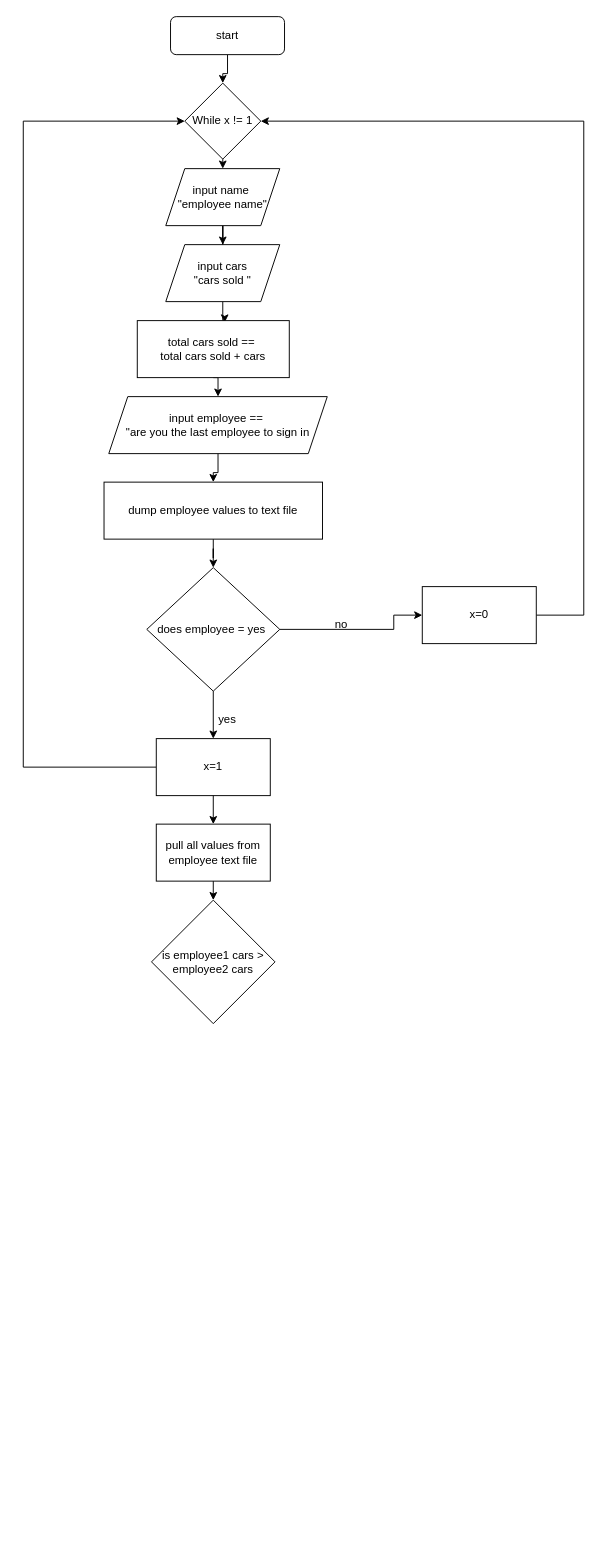
The draw.io diagram Diagram.drawio in equipter/CSKP, before the edit. Source tidied: cells renumbered, new cells numbered last; positions are measured from the earlier drawing's top-left corner, leaving out a move shared by most shapes. Both pictures are drawn from the tidied source at 95%, with x=0, y=0 at pixel (23, 16).
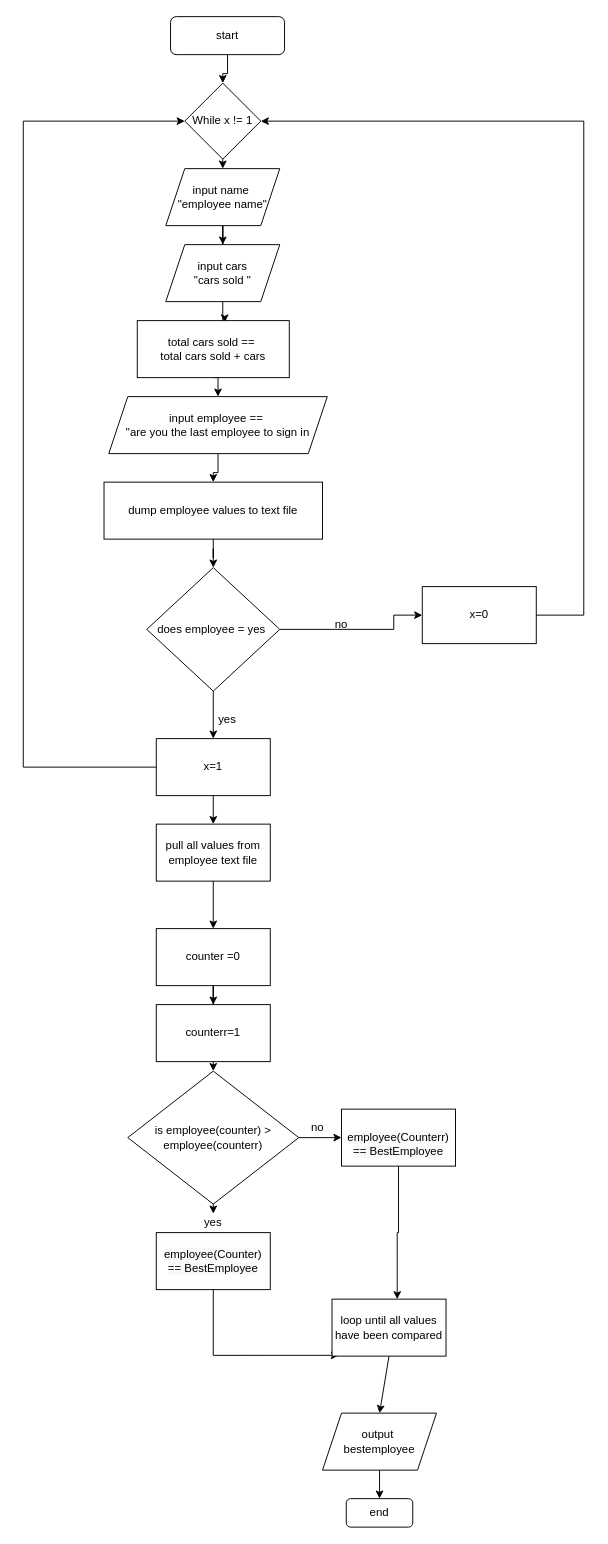
Above is the later version.

The change refers to these unchanged cells:
```xml
<mxCell id="25" value="pull all values from employee text file" style="rounded=0;whiteSpace=wrap;html=1;" parent="1" vertex="1">
  <mxGeometry x="140" y="850" width="120" height="60" as="geometry" />
</mxCell>
```

Diff of the diagram source:
```diff
@@
+    <mxCell id="29" style="edgeStyle=orthogonalEdgeStyle;rounded=0;jettySize=auto;html=1;entryX=0.5;entryY=0;entryDx=0;entryDy=0;" parent="1" edge="1" source="25" target="31">
+      <mxGeometry relative="1" as="geometry" />
+    </mxCell>
@@
-    <mxCell id="27" value="is employee1 cars &amp;gt; employee2 cars" style="rhombus;whiteSpace=wrap;html=1;" parent="1" vertex="1">
-      <mxGeometry x="135" y="930" width="130" height="130" as="geometry" />
-    </mxCell>
-    <mxCell id="28" style="endArrow=classic;html=1;" parent="1" edge="1" target="27">
-      <mxGeometry relative="1" as="geometry">
-        <mxPoint x="200" y="910" as="sourcePoint" />
-      </mxGeometry>
-    </mxCell>
+    <mxCell id="30" style="edgeStyle=orthogonalEdgeStyle;rounded=0;jettySize=auto;html=1;entryX=0.5;entryY=0;entryDx=0;entryDy=0;" parent="1" edge="1" source="31" target="33">
+      <mxGeometry relative="1" as="geometry" />
+    </mxCell>
+    <mxCell id="31" value="counter =0" style="rounded=0;whiteSpace=wrap;html=1;" parent="1" vertex="1">
+      <mxGeometry x="140" y="960" width="120" height="60" as="geometry" />
+    </mxCell>
+    <mxCell id="32" style="edgeStyle=orthogonalEdgeStyle;rounded=0;jettySize=auto;html=1;exitX=0.5;exitY=1;exitDx=0;exitDy=0;entryX=0.5;entryY=0;entryDx=0;entryDy=0;" parent="1" edge="1" source="33" target="36">
+      <mxGeometry relative="1" as="geometry" />
+    </mxCell>
+    <mxCell id="33" value="counterr=1" style="rounded=0;whiteSpace=wrap;html=1;" parent="1" vertex="1">
+      <mxGeometry x="140" y="1040" width="120" height="60" as="geometry" />
+    </mxCell>
+    <mxCell id="34" style="edgeStyle=orthogonalEdgeStyle;rounded=0;jettySize=auto;html=1;entryX=0;entryY=0.5;entryDx=0;entryDy=0;" parent="1" edge="1" source="36" target="40">
+      <mxGeometry relative="1" as="geometry" />
+    </mxCell>
+    <mxCell id="35" style="edgeStyle=orthogonalEdgeStyle;rounded=0;jettySize=auto;html=1;exitX=0.5;exitY=1;exitDx=0;exitDy=0;entryX=0.5;entryY=0;entryDx=0;entryDy=0;" parent="1" edge="1" source="42" target="38">
+      <mxGeometry relative="1" as="geometry" />
+    </mxCell>
+    <mxCell id="36" value="is employee(counter) &amp;gt; employee(counterr)" style="rhombus;whiteSpace=wrap;html=1;" parent="1" vertex="1">
+      <mxGeometry x="110" y="1110" width="180" height="140" as="geometry" />
+    </mxCell>
+    <mxCell id="37" style="edgeStyle=orthogonalEdgeStyle;rounded=0;jettySize=auto;html=1;entryX=0.061;entryY=0.986;entryDx=0;entryDy=0;entryPerimeter=0;" parent="1" edge="1" source="38" target="44">
+      <mxGeometry relative="1" as="geometry">
+        <Array as="points">
+          <mxPoint x="200" y="1409" />
+        </Array>
+      </mxGeometry>
+    </mxCell>
+    <mxCell id="38" value="&#10;&#10;&lt;span style=&quot;color: rgb(0, 0, 0); font-family: helvetica; font-size: 12px; font-style: normal; font-weight: 400; letter-spacing: normal; text-align: center; text-indent: 0px; text-transform: none; word-spacing: 0px; background-color: rgb(248, 249, 250); display: inline; float: none;&quot;&gt;employee(Counter) == BestEmployee&lt;/span&gt;&#10;&#10;" style="rounded=0;whiteSpace=wrap;html=1;" parent="1" vertex="1">
+      <mxGeometry x="140" y="1280" width="120" height="60" as="geometry" />
+    </mxCell>
+    <mxCell id="39" style="edgeStyle=orthogonalEdgeStyle;rounded=0;jettySize=auto;html=1;entryX=0.572;entryY=0.002;entryDx=0;entryDy=0;entryPerimeter=0;" parent="1" edge="1" source="40" target="44">
+      <mxGeometry relative="1" as="geometry" />
+    </mxCell>
+    <mxCell id="40" value="&lt;br&gt;&lt;span style=&quot;color: rgb(0 , 0 , 0) ; font-family: &amp;#34;helvetica&amp;#34; ; font-size: 12px ; font-style: normal ; font-weight: 400 ; letter-spacing: normal ; text-align: center ; text-indent: 0px ; text-transform: none ; word-spacing: 0px ; background-color: rgb(248 , 249 , 250) ; display: inline ; float: none&quot;&gt;employee(Counterr) == BestEmployee&lt;/span&gt;" style="rounded=0;whiteSpace=wrap;html=1;" parent="1" vertex="1">
+      <mxGeometry x="335" y="1150" width="120" height="60" as="geometry" />
+    </mxCell>
+    <mxCell id="41" value="no" style="text;html=1;strokeColor=none;fillColor=none;align=center;verticalAlign=middle;whiteSpace=wrap;rounded=0;" parent="1" vertex="1">
+      <mxGeometry x="290" y="1160" width="40" height="20" as="geometry" />
+    </mxCell>
+    <mxCell id="42" value="yes" style="text;html=1;strokeColor=none;fillColor=none;align=center;verticalAlign=middle;whiteSpace=wrap;rounded=0;" parent="1" vertex="1">
+      <mxGeometry x="180" y="1260" width="40" height="20" as="geometry" />
+    </mxCell>
+    <mxCell id="43" style="edgeStyle=orthogonalEdgeStyle;rounded=0;jettySize=auto;html=1;exitX=0.5;exitY=1;exitDx=0;exitDy=0;entryX=0.5;entryY=0;entryDx=0;entryDy=0;" parent="1" edge="1" source="36" target="42">
+      <mxGeometry relative="1" as="geometry" />
+    </mxCell>
+    <mxCell id="44" value="loop until all values have been compared" style="rounded=0;whiteSpace=wrap;html=1;" parent="1" vertex="1">
+      <mxGeometry x="325" y="1350" width="120" height="60" as="geometry" />
+    </mxCell>
+    <mxCell id="45" style="edgeStyle=orthogonalEdgeStyle;rounded=0;jettySize=auto;html=1;exitX=0.5;exitY=1;exitDx=0;exitDy=0;entryX=0.5;entryY=0;entryDx=0;entryDy=0;" parent="1" edge="1" source="46" target="48">
+      <mxGeometry relative="1" as="geometry" />
+    </mxCell>
+    <mxCell id="46" value="output&amp;nbsp;&lt;br&gt;bestemployee" style="shape=parallelogram;perimeter=parallelogramPerimeter;whiteSpace=wrap;html=1;fixedSize=1;" parent="1" vertex="1">
+      <mxGeometry x="315" y="1470" width="120" height="60" as="geometry" />
+    </mxCell>
+    <mxCell id="47" style="endArrow=classic;html=1;exitX=0.5;exitY=1;exitDx=0;exitDy=0;entryX=0.5;entryY=0;entryDx=0;entryDy=0;" parent="1" edge="1" source="44" target="46">
+      <mxGeometry relative="1" as="geometry" />
+    </mxCell>
+    <mxCell id="48" value="end" style="rounded=1;whiteSpace=wrap;html=1;" parent="1" vertex="1">
+      <mxGeometry x="340" y="1560" width="70" height="30" as="geometry" />
+    </mxCell>
```
